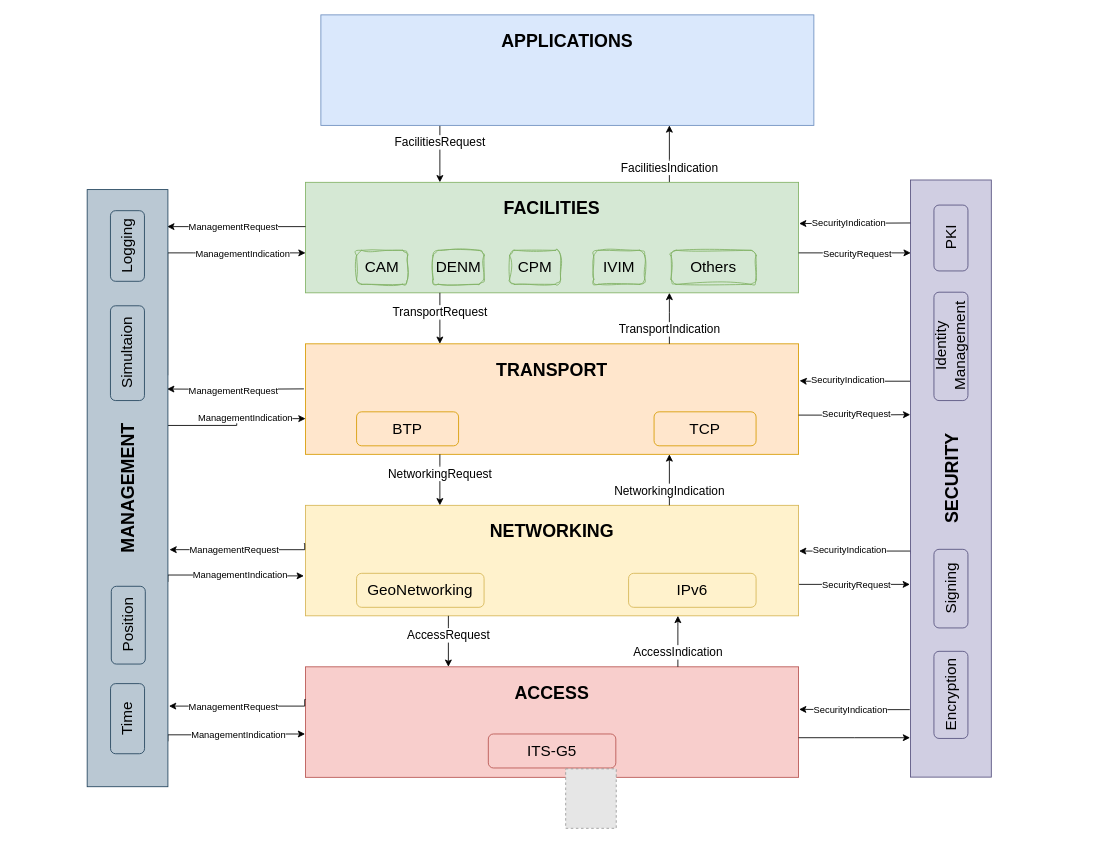
Above: assets/itss_arch.drawio in bearkillerPT/Dissertation (draw.io), before the change. Source tidied: cells renumbered, new cells numbered last; positions are measured from the earlier drawing's top-left corner, leaving out a move shared by most shapes. Both pictures are drawn from the tidied source at 85%, with x=0, y=0 at pixel (-172, 14). Pictures stored in the file or linked from it are replaced by grey dashed boxes.
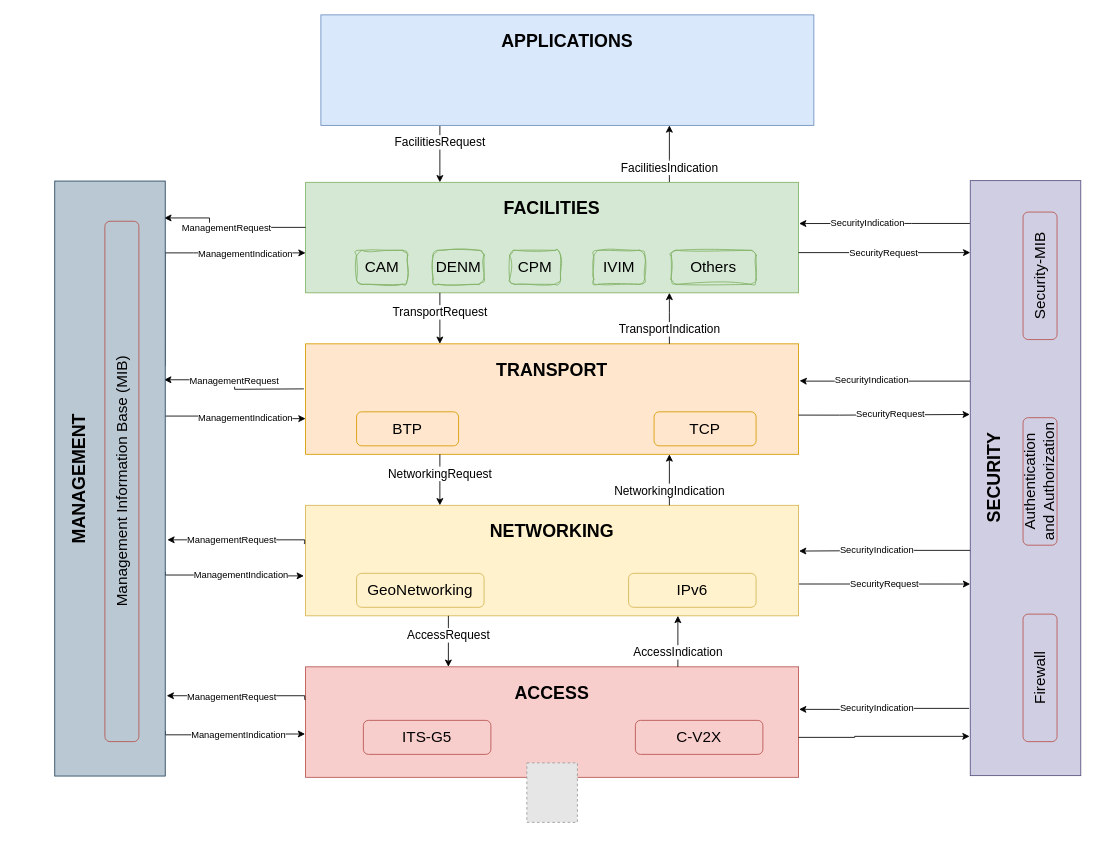
Above is the later version.

The change refers to these unchanged cells:
```xml
<mxCell id="5" value="&lt;span style=&quot;font-size: 21px;&quot;&gt;&lt;b&gt;FACILITIES&lt;/b&gt;&lt;/span&gt;" style="rounded=0;whiteSpace=wrap;html=1;fillColor=#d5e8d4;strokeColor=#82b366;spacingTop=-70;" parent="4" vertex="1">
  <mxGeometry width="580" height="130" as="geometry" />
</mxCell>
<mxCell id="16" value="&lt;font size=&quot;1&quot; style=&quot;&quot;&gt;&lt;b style=&quot;font-size: 21px;&quot;&gt;NETWORKING&lt;/b&gt;&lt;/font&gt;" style="rounded=0;whiteSpace=wrap;html=1;fillColor=#fff2cc;strokeColor=#D6B656;spacingTop=-70;" parent="15" vertex="1">
  <mxGeometry width="580" height="130" as="geometry" />
</mxCell>
<mxCell id="19" style="group;" parent="1" vertex="1">
  <mxGeometry x="561" y="767" width="580" height="130" as="geometry" />
</mxCell>
```

Change to the diagram source:
```diff
@@
     <mxCell id="21" value="&lt;font style=&quot;font-size: 18px;&quot;&gt;ITS-G5&lt;/font&gt;" style="rounded=1;whiteSpace=wrap;html=1;fillColor=none;strokeColor=#B85450;align=center;rotation=0;" parent="19" vertex="1">
-      <mxGeometry x="215" y="79" width="150" height="40" as="geometry" />
+      <mxGeometry x="68" y="63" width="150" height="40" as="geometry" />
     </mxCell>
+    <mxCell id="72" value="&lt;font style=&quot;font-size: 18px;&quot;&gt;C-V2X&lt;br&gt;&lt;/font&gt;" style="rounded=1;whiteSpace=wrap;html=1;fillColor=none;strokeColor=#B85450;align=center;rotation=0;" parent="19" vertex="1">
+      <mxGeometry x="388" y="63" width="150" height="40" as="geometry" />
+    </mxCell>
@@
-    <mxCell id="52" value="&lt;font size=&quot;1&quot; style=&quot;&quot;&gt;&lt;b style=&quot;font-size: 21px;&quot;&gt;SECURITY&lt;br&gt;&lt;/b&gt;&lt;/font&gt;" style="rounded=0;whiteSpace=wrap;html=1;fillColor=#d0cee2;strokeColor=#56517E;spacingTop=0;direction=east;flipV=0;flipH=0;rotation=270;" parent="1" vertex="1">
-      <mxGeometry x="969" y="498" width="702.5" height="95" as="geometry" />
+    <mxCell id="52" value="&lt;font size=&quot;1&quot; style=&quot;&quot;&gt;&lt;b style=&quot;font-size: 21px;&quot;&gt;SECURITY&lt;br&gt;&lt;/b&gt;&lt;/font&gt;" style="rounded=0;whiteSpace=wrap;html=1;fillColor=#d0cee2;strokeColor=#56517E;spacingTop=0;direction=east;flipV=0;flipH=0;rotation=270;spacingBottom=75;" parent="1" vertex="1">
+      <mxGeometry x="1058" y="480" width="700" height="130" as="geometry" />
     </mxCell>
-    <mxCell id="53" value="&lt;font style=&quot;font-size: 18px;&quot;&gt;Encryption&lt;br&gt;&lt;/font&gt;" style="rounded=1;whiteSpace=wrap;html=1;fillColor=none;strokeColor=#56517E;align=center;rotation=270;" parent="1" vertex="1">
-      <mxGeometry x="1269" y="780" width="102.5" height="40" as="geometry" />
-    </mxCell>
-    <mxCell id="54" value="&lt;font style=&quot;font-size: 18px;&quot;&gt;Signing&lt;br&gt;&lt;/font&gt;" style="rounded=1;whiteSpace=wrap;html=1;fillColor=none;strokeColor=#56517E;align=center;rotation=270;" parent="1" vertex="1">
-      <mxGeometry x="1274" y="655" width="92.5" height="40" as="geometry" />
-    </mxCell>
-    <mxCell id="55" value="&lt;font style=&quot;font-size: 18px;&quot;&gt;PKI&lt;br&gt;&lt;/font&gt;" style="rounded=1;whiteSpace=wrap;html=1;fillColor=none;strokeColor=#56517E;align=center;rotation=270;" parent="1" vertex="1">
-      <mxGeometry x="1281.5" y="242.5" width="77.5" height="40" as="geometry" />
-    </mxCell>
-    <mxCell id="56" value="&lt;font style=&quot;font-size: 18px;&quot;&gt;Identity&lt;br&gt;Management&lt;br&gt;&lt;/font&gt;" style="rounded=1;whiteSpace=wrap;html=1;fillColor=none;strokeColor=#56517E;align=center;rotation=270;" parent="1" vertex="1">
-      <mxGeometry x="1256.5" y="370" width="127.5" height="40" as="geometry" />
-    </mxCell>
-    <mxCell id="57" style="edgeStyle=orthogonalEdgeStyle;rounded=0;jettySize=auto;html=1;" parent="1" edge="1" source="5">
+    <mxCell id="57" style="edgeStyle=orthogonalEdgeStyle;rounded=0;jettySize=auto;html=1;entryX=0.879;entryY=0;entryDx=0;entryDy=0;entryPerimeter=0;" parent="1" edge="1" source="5" target="52">
       <mxGeometry relative="1" as="geometry">
-        <mxPoint x="1273" y="280" as="targetPoint" />
         <Array as="points">
-          <mxPoint x="1273" y="280" />
+          <mxPoint x="1227" y="280" />
         </Array>
       </mxGeometry>
     </mxCell>
@@
-    <mxCell id="61" style="edgeStyle=orthogonalEdgeStyle;rounded=0;jettySize=auto;html=1;exitX=1.001;exitY=0.712;exitDx=0;exitDy=0;exitPerimeter=0;" parent="1" edge="1" source="16">
-      <mxGeometry relative="1" as="geometry">
-        <mxPoint x="1272" y="670" as="targetPoint" />
-        <Array as="points">
-          <mxPoint x="1272" y="670" />
-        </Array>
-      </mxGeometry>
+    <mxCell id="61" style="edgeStyle=orthogonalEdgeStyle;rounded=0;jettySize=auto;html=1;exitX=1.001;exitY=0.712;exitDx=0;exitDy=0;exitPerimeter=0;entryX=0.322;entryY=-0.001;entryDx=0;entryDy=0;entryPerimeter=0;" parent="1" edge="1" source="16" target="52">
+      <mxGeometry relative="1" as="geometry" />
     </mxCell>
@@
-    <mxCell id="64" style="group;" parent="1" vertex="1">
-      <mxGeometry x="304" y="205.5" width="95" height="702.5" as="geometry" />
+    <mxCell id="64" style="group;rotation=0;" parent="1" vertex="1">
+      <mxGeometry x="304" y="205.5" width="376.9" height="700" as="geometry" />
     </mxCell>
-    <mxCell id="65" value="&lt;font size=&quot;1&quot; style=&quot;&quot;&gt;&lt;b style=&quot;font-size: 21px;&quot;&gt;MANAGEMENT&lt;br&gt;&lt;/b&gt;&lt;/font&gt;" style="rounded=0;whiteSpace=wrap;html=1;fillColor=#bac8d3;strokeColor=#23445d;spacingTop=0;direction=east;flipV=0;flipH=0;rotation=270;" parent="64" vertex="1">
-      <mxGeometry x="-303.7" y="303.8" width="702.5" height="95" as="geometry" />
+    <mxCell id="65" value="&lt;font size=&quot;1&quot; style=&quot;&quot;&gt;&lt;b style=&quot;font-size: 21px;&quot;&gt;MANAGEMENT&lt;br&gt;&lt;/b&gt;&lt;/font&gt;" style="rounded=0;whiteSpace=wrap;html=1;fillColor=#bac8d3;strokeColor=#23445d;spacingTop=0;direction=east;flipV=0;flipH=0;rotation=270;spacingBottom=75;" parent="64" vertex="1">
+      <mxGeometry x="-323.1" y="275" width="700" height="130" as="geometry" />
     </mxCell>
-    <mxCell id="66" value="&lt;font style=&quot;font-size: 18px;&quot;&gt;Time&lt;br&gt;&lt;/font&gt;" style="rounded=1;whiteSpace=wrap;html=1;fillColor=none;strokeColor=#23445D;align=center;rotation=270;" parent="64" vertex="1">
-      <mxGeometry x="6.3" y="602.5" width="82.5" height="40" as="geometry" />
-    </mxCell>
-    <mxCell id="67" value="&lt;font style=&quot;font-size: 18px;&quot;&gt;Position&lt;br&gt;&lt;/font&gt;" style="rounded=1;whiteSpace=wrap;html=1;fillColor=none;strokeColor=#23445D;align=center;rotation=270;" parent="64" vertex="1">
-      <mxGeometry x="2.7" y="492.5" width="91.5" height="40" as="geometry" />
-    </mxCell>
-    <mxCell id="68" value="&lt;font style=&quot;font-size: 18px;&quot;&gt;Simultaion&lt;br&gt;&lt;/font&gt;" style="rounded=1;whiteSpace=wrap;html=1;fillColor=none;strokeColor=#23445D;align=center;rotation=270;" parent="64" vertex="1">
-      <mxGeometry x="-8.3" y="172.5" width="111.5" height="40" as="geometry" />
-    </mxCell>
-    <mxCell id="69" value="&lt;font style=&quot;font-size: 18px;&quot;&gt;Logging&lt;br&gt;&lt;/font&gt;" style="rounded=1;whiteSpace=wrap;html=1;fillColor=none;strokeColor=#23445D;align=center;rotation=270;" parent="64" vertex="1">
-      <mxGeometry x="5.9" y="46.4" width="83.1" height="40" as="geometry" />
-    </mxCell>
     <mxCell id="70" style="fillColor=#E6E6E6;strokeColor=#999999;dashed=1;verticalLabelPosition=bottom;labelBackgroundColor=default;verticalAlign=top;" parent="1" vertex="1">
-      <mxGeometry x="867" y="887" width="59.5" height="70" as="geometry" />
+      <mxGeometry x="821.3" y="880" width="59.5" height="70" as="geometry" />
     </mxCell>
@@
+    <mxCell id="73" value="&lt;br&gt;" style="text;html=1;align=center;verticalAlign=middle;strokeColor=none;fillColor=none;" parent="1" vertex="1">
+      <mxGeometry x="219" y="498" width="20" height="30" as="geometry" />
+    </mxCell>
+    <mxCell id="74" value="&lt;font style=&quot;font-size: 18px;&quot;&gt;Management Information Base (MIB)&lt;/font&gt;" style="rounded=1;whiteSpace=wrap;html=1;fillColor=none;strokeColor=#B85450;align=center;rotation=270;" parent="1" vertex="1">
+      <mxGeometry x="38.8" y="528.9" width="612.2" height="40" as="geometry" />
+    </mxCell>
+    <mxCell id="75" value="&lt;span style=&quot;font-size: 18px;&quot;&gt;Firewall&lt;br&gt;&lt;/span&gt;" style="rounded=1;whiteSpace=wrap;html=1;fillColor=none;strokeColor=#B85450;align=center;rotation=270;" parent="1" vertex="1">
+      <mxGeometry x="1350.1" y="760" width="150" height="40" as="geometry" />
+    </mxCell>
+    <mxCell id="76" value="&lt;span style=&quot;font-size: 18px;&quot;&gt;Authentication and Authorization&lt;br&gt;&lt;/span&gt;" style="rounded=1;whiteSpace=wrap;html=1;fillColor=none;strokeColor=#B85450;align=center;rotation=270;" parent="1" vertex="1">
+      <mxGeometry x="1350.1" y="528.9" width="150" height="40" as="geometry" />
+    </mxCell>
+    <mxCell id="77" value="&lt;span style=&quot;font-size: 18px;&quot;&gt;Security-MIB&lt;br&gt;&lt;/span&gt;" style="rounded=1;whiteSpace=wrap;html=1;fillColor=none;strokeColor=#B85450;align=center;rotation=270;" parent="1" vertex="1">
+      <mxGeometry x="1350.1" y="287" width="150" height="40" as="geometry" />
+    </mxCell>
```
